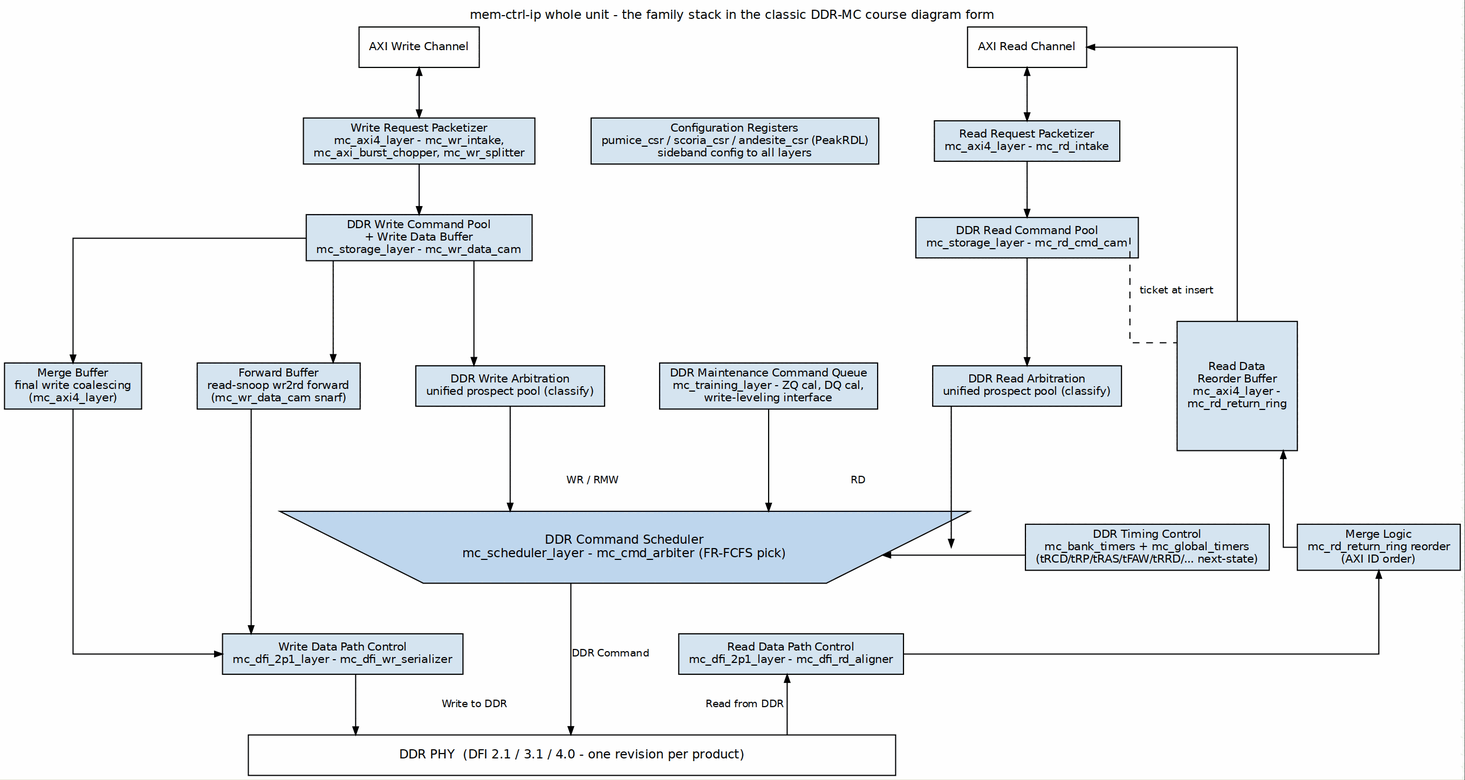
The Graphviz diagram projects/components/mem-ctrl-ip/common-ip/docs/common_has/assets/graphviz/01_whole_unit.png in sean-galloway/RTLDesignSherpa, before a commit. Its source is kept beside it as projects/components/mem-ctrl-ip/common-ip/docs/common_has/assets/graphviz/01_whole_unit.dot. Source of this version:
```dot
digraph whole_unit {
    graph [rankdir=TB, bgcolor="white", fontname="Helvetica", fontsize=11,
           nodesep="0.35", ranksep="0.60", splines=ortho,
           label="mem-ctrl-ip whole unit - the family stack in the classic DDR-MC course diagram form",
           labelloc=t, labeljust=c];
    node  [fontname="Helvetica", fontsize=10, shape=box, style=filled,
           fillcolor="#D6E4F0", color="black", margin="0.12,0.06"];
    edge  [fontname="Helvetica", fontsize=9, color="black", arrowsize=0.7];

    axi_wr [label="AXI Write Channel", fillcolor="white"];
    axi_rd [label="AXI Read Channel",  fillcolor="white"];
    phy    [label="DDR PHY  (DFI 2.1 / 3.1 / 4.0 - one revision per product)",
            fillcolor="white", rank=sink, width=8.0, fontsize=11];

    wr_pkt [label="Write Request Packetizer\nmc_axi4_layer - mc_wr_intake,\nmc_axi_burst_chopper, mc_wr_splitter"];
    rd_pkt [label="Read Request Packetizer\nmc_axi4_layer - mc_rd_intake"];
    cfg    [label="Configuration Registers\npumice_csr / scoria_csr / andesite_csr (PeakRDL)\nsideband config to all layers"];

    wr_pool [label="DDR Write Command Pool\n+ Write Data Buffer\nmc_storage_layer - mc_wr_data_cam"];
    rd_pool [label="DDR Read Command Pool\nmc_storage_layer - mc_rd_cmd_cam"];
    merge_b [label="Merge Buffer\nfinal write coalescing\n(mc_axi4_layer)"];
    fwd_b   [label="Forward Buffer\nread-snoop wr2rd forward\n(mc_wr_data_cam snarf)"];

    maint [label="DDR Maintenance Command Queue\nmc_training_layer - ZQ cal, DQ cal,\nwrite-leveling interface"];

    wr_arb [label="DDR Write Arbitration\nunified prospect pool (classify)"];
    rd_arb [label="DDR Read Arbitration\nunified prospect pool (classify)"];
    sched  [label="DDR Command Scheduler\nmc_scheduler_layer - mc_cmd_arbiter (FR-FCFS pick)",
            shape=invtrapezium, width=5.2, fillcolor="#BFD7EE", fontsize=11];
    tctl   [label="DDR Timing Control\nmc_bank_timers + mc_global_timers\n(tRCD/tRP/tRAS/tFAW/tRRD/... next-state)"];

    mlog  [label="Merge Logic\nmc_rd_return_ring reorder\n(AXI ID order)"];
    wr_dp [label="Write Data Path Control\nmc_dfi_2p1_layer - mc_dfi_wr_serializer"];
    rd_dp [label="Read Data Path Control\nmc_dfi_2p1_layer - mc_dfi_rd_aligner"];

    rbuf [label="Read Data\nReorder Buffer\nmc_axi4_layer -\nmc_rd_return_ring",
          height=1.6];

    axi_wr -> wr_pkt [dir=both];
    axi_rd -> rd_pkt [dir=both];

    wr_pkt -> wr_pool;
    wr_pool -> wr_arb;
    wr_pool -> merge_b;
    wr_pool -> fwd_b;
    merge_b -> wr_dp;
    fwd_b   -> wr_dp;
    wr_arb -> sched [label="WR / RMW"];
    wr_dp -> phy [label="Write to DDR"];

    rd_pkt -> rd_pool;
    rd_pool -> rd_arb;
    rd_arb -> sched [label="RD"];
    rd_pool -> rbuf [style=dashed, arrowhead=none, label="ticket at insert", tailport=e];
    rd_dp -> phy [dir=back, label="Read from DDR"];
    mlog -> rd_dp [dir=back];
    rbuf -> mlog [dir=back];
    rbuf -> axi_rd [constraint=false];

    maint -> sched;
    tctl -> sched;

    sched -> phy [label="DDR Command"];

    { rank=same; axi_wr; axi_rd; }
    { rank=same; wr_pkt; cfg; rd_pkt; }
    wr_pkt -> cfg    [style=invis];
    cfg    -> rd_pkt [style=invis];
    { rank=same; wr_pool; rd_pool; }
    wr_pool -> rd_pool [style=invis];
    { rank=same; merge_b; fwd_b; wr_arb; maint; rd_arb; rbuf; }
    merge_b -> fwd_b  [style=invis];
    fwd_b   -> wr_arb [style=invis];
    wr_arb  -> maint  [style=invis];
    maint   -> rd_arb [style=invis];
    rd_arb  -> rbuf   [style=invis];
    { rank=same; sched; tctl; }
    sched -> tctl [style=invis];
    { rank=same; wr_dp; rd_dp; }
    wr_dp -> rd_dp [style=invis];
}
```
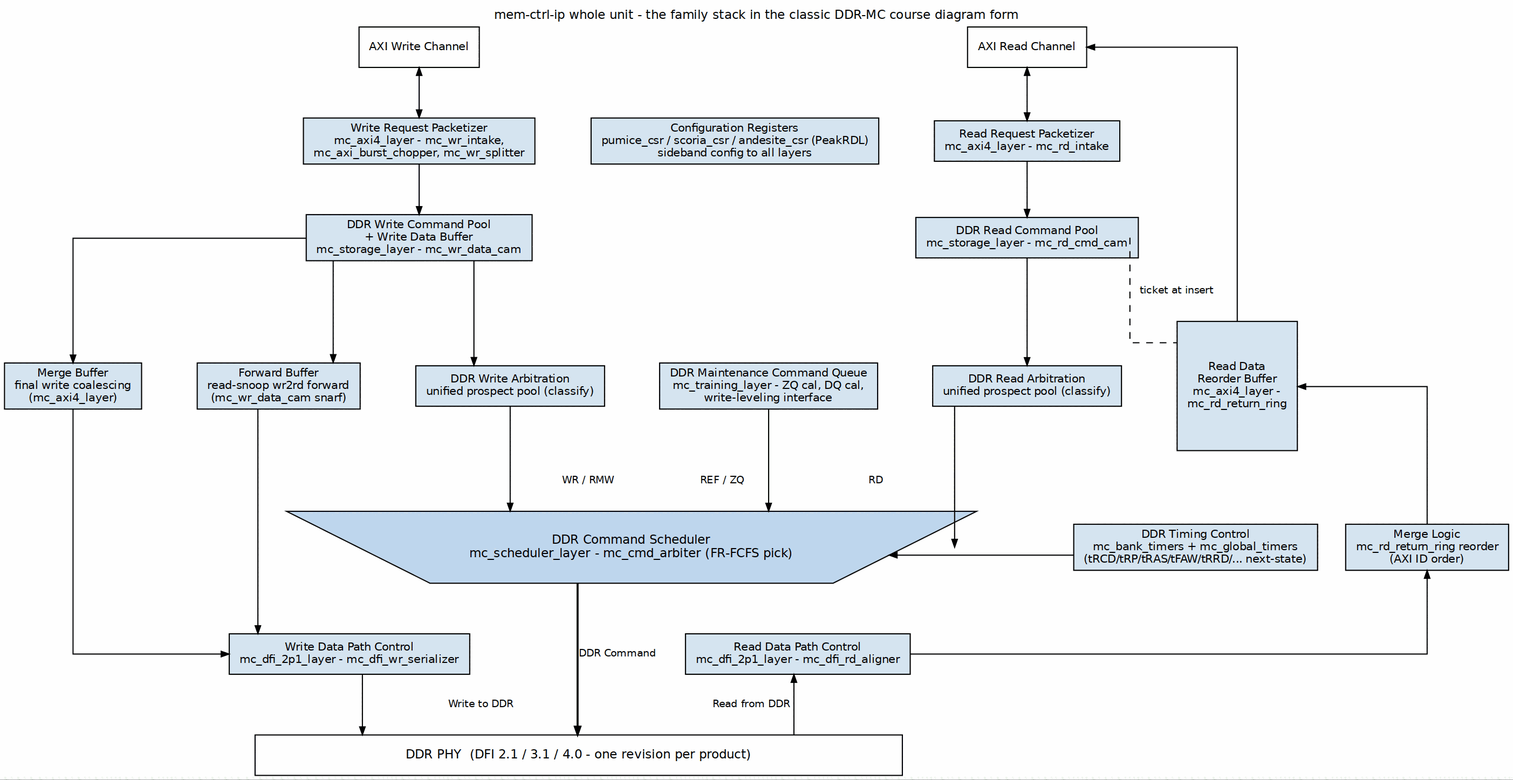
The same diagram one commit later.

Commit message:
docs(mem-ctrl): trapezium labels + heavier command output (owner feedback)

Change to the diagram source:
```diff
@@ -57,10 +57,10 @@
     rbuf -> mlog [dir=back];
     rbuf -> axi_rd [constraint=false];
 
-    maint -> sched;
-    tctl -> sched;
+    maint -> sched [label="REF / ZQ"];
+    tctl -> sched [label="timer window"];
 
-    sched -> phy [label="DDR Command"];
+    sched -> phy [label="DDR Command", penwidth=1.8];
 
     { rank=same; axi_wr; axi_rd; }
     { rank=same; wr_pkt; cfg; rd_pkt; }
```
